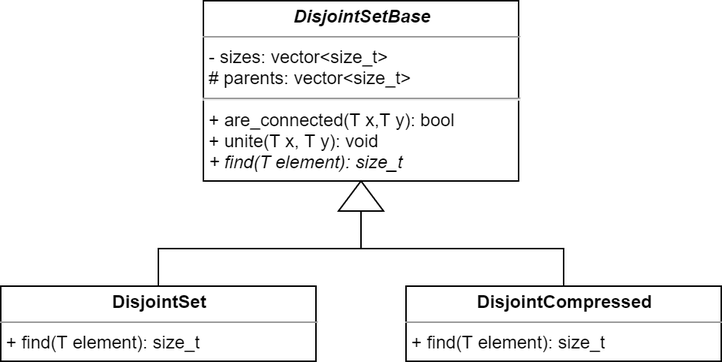
jkomyno/algorithms-hw1 keeps this draw.io diagram as report/images/DisjointSetClass.png. Above is the earlier version. Source tidied: cells renumbered, new cells last; positions are measured from the earlier drawing's top-left corner, leaving out a move shared by most shapes.
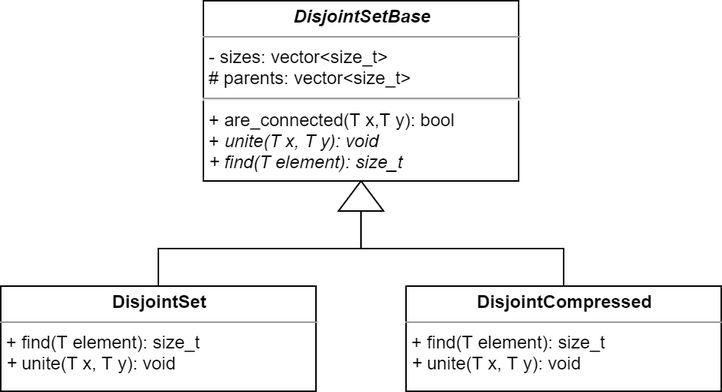
Later version of the same file.

Commit message:
re-aligned kruskal union find with the new changes in code

What changed in the source:
```diff
@@ -2,7 +2,7 @@
   <root>
     <mxCell id="0" />
     <mxCell id="1" parent="0" />
-    <mxCell id="2" value="&lt;p style=&quot;margin: 0px ; margin-top: 4px ; text-align: center&quot;&gt;&lt;b&gt;&lt;i&gt;DisjointSetBase&lt;/i&gt;&lt;/b&gt;&lt;br&gt;&lt;/p&gt;&lt;hr size=&quot;1&quot;&gt;&lt;p style=&quot;margin: 0px ; margin-left: 4px&quot;&gt;- sizes:&amp;nbsp;vector&amp;lt;size_t&amp;gt;&lt;/p&gt;&lt;p style=&quot;margin: 0px ; margin-left: 4px&quot;&gt;# parents: vector&amp;lt;size_t&amp;gt;&lt;/p&gt;&lt;hr&gt;&lt;p style=&quot;margin: 0px 0px 0px 4px&quot;&gt;+ are_connected(T x,T y): bool&lt;/p&gt;&lt;p style=&quot;margin: 0px 0px 0px 4px&quot;&gt;+ unite(T x, T y): void&lt;/p&gt;&lt;p style=&quot;margin: 0px 0px 0px 4px&quot;&gt;&lt;i&gt;+ find(T element): size_t&lt;/i&gt;&lt;br&gt;&lt;/p&gt;" style="verticalAlign=top;align=left;overflow=fill;fontSize=12;fontFamily=Helvetica;html=1;fillColor=none;" parent="1" vertex="1">
+    <mxCell id="2" value="&lt;p style=&quot;margin: 0px ; margin-top: 4px ; text-align: center&quot;&gt;&lt;b&gt;&lt;i&gt;DisjointSetBase&lt;/i&gt;&lt;/b&gt;&lt;br&gt;&lt;/p&gt;&lt;hr size=&quot;1&quot;&gt;&lt;p style=&quot;margin: 0px ; margin-left: 4px&quot;&gt;- sizes:&amp;nbsp;vector&amp;lt;size_t&amp;gt;&lt;/p&gt;&lt;p style=&quot;margin: 0px ; margin-left: 4px&quot;&gt;# parents: vector&amp;lt;size_t&amp;gt;&lt;/p&gt;&lt;hr&gt;&lt;p style=&quot;margin: 0px 0px 0px 4px&quot;&gt;+ are_connected(T x,T y): bool&lt;/p&gt;&lt;p style=&quot;margin: 0px 0px 0px 4px&quot;&gt;+ &lt;i&gt;unite(T x, T y): void&lt;/i&gt;&lt;/p&gt;&lt;p style=&quot;margin: 0px 0px 0px 4px&quot;&gt;&lt;i&gt;+ find(T element): size_t&lt;/i&gt;&lt;br&gt;&lt;/p&gt;" style="verticalAlign=top;align=left;overflow=fill;fontSize=12;fontFamily=Helvetica;html=1;fillColor=none;" parent="1" vertex="1">
       <mxGeometry x="135" width="210" height="120" as="geometry" />
     </mxCell>
     <mxCell id="3" style="edgeStyle=orthogonalEdgeStyle;rounded=0;jettySize=auto;html=1;exitX=0;exitY=0.5;exitDx=0;exitDy=0;entryX=0.5;entryY=0;entryDx=0;entryDy=0;endArrow=none;endFill=0;" parent="1" edge="1" source="4" target="7">
@@ -14,11 +14,11 @@
     <mxCell id="5" style="edgeStyle=orthogonalEdgeStyle;rounded=0;jettySize=auto;html=1;exitX=0.5;exitY=0;exitDx=0;exitDy=0;entryX=0;entryY=0.5;entryDx=0;entryDy=0;endArrow=none;endFill=0;" parent="1" edge="1" source="6" target="4">
       <mxGeometry relative="1" as="geometry" />
     </mxCell>
-    <mxCell id="6" value="&lt;p style=&quot;margin: 0px ; margin-top: 4px ; text-align: center&quot;&gt;&lt;b&gt;DisjointSet&lt;/b&gt;&lt;br&gt;&lt;/p&gt;&lt;hr size=&quot;1&quot;&gt;&lt;p style=&quot;margin: 0px 0px 0px 4px&quot;&gt;+ find(T element): size_t&lt;/p&gt;&lt;p style=&quot;margin: 0px 0px 0px 4px&quot;&gt;&lt;br&gt;&lt;/p&gt;" style="verticalAlign=top;align=left;overflow=fill;fontSize=12;fontFamily=Helvetica;html=1;fillColor=none;" parent="1" vertex="1">
-      <mxGeometry y="190" width="210" height="50" as="geometry" />
+    <mxCell id="6" value="&lt;p style=&quot;margin: 0px ; margin-top: 4px ; text-align: center&quot;&gt;&lt;b&gt;DisjointSet&lt;/b&gt;&lt;br&gt;&lt;/p&gt;&lt;hr size=&quot;1&quot;&gt;&lt;p style=&quot;margin: 0px 0px 0px 4px&quot;&gt;+ find(T element): size_t&lt;/p&gt;&lt;p style=&quot;margin: 0px 0px 0px 4px&quot;&gt;&lt;i&gt;+ &lt;/i&gt;unite(T x, T y): void&lt;br&gt;&lt;/p&gt;&lt;p style=&quot;margin: 0px 0px 0px 4px&quot;&gt;&lt;br&gt;&lt;/p&gt;" style="verticalAlign=top;align=left;overflow=fill;fontSize=12;fontFamily=Helvetica;html=1;fillColor=none;" parent="1" vertex="1">
+      <mxGeometry y="190" width="210" height="70" as="geometry" />
     </mxCell>
-    <mxCell id="7" value="&lt;p style=&quot;margin: 0px ; margin-top: 4px ; text-align: center&quot;&gt;&lt;b&gt;DisjointCompressed&lt;/b&gt;&lt;br&gt;&lt;/p&gt;&lt;hr size=&quot;1&quot;&gt;&lt;p style=&quot;margin: 0px ; margin-left: 4px&quot;&gt;&lt;span&gt;+ find(T element): size_t&lt;/span&gt;&lt;br&gt;&lt;/p&gt;&lt;p style=&quot;margin: 0px ; margin-left: 4px&quot;&gt;&lt;br&gt;&lt;/p&gt;" style="verticalAlign=top;align=left;overflow=fill;fontSize=12;fontFamily=Helvetica;html=1;fillColor=none;" parent="1" vertex="1">
-      <mxGeometry x="270" y="190" width="210" height="50" as="geometry" />
+    <mxCell id="7" value="&lt;p style=&quot;margin: 0px ; margin-top: 4px ; text-align: center&quot;&gt;&lt;b&gt;DisjointCompressed&lt;/b&gt;&lt;br&gt;&lt;/p&gt;&lt;hr size=&quot;1&quot;&gt;&lt;p style=&quot;margin: 0px ; margin-left: 4px&quot;&gt;&lt;span&gt;+ find(T element): size_t&lt;/span&gt;&lt;br&gt;&lt;/p&gt;&lt;p style=&quot;margin: 0px ; margin-left: 4px&quot;&gt;&lt;i&gt;+ &lt;/i&gt;unite(T x, T y): void&lt;span&gt;&lt;br&gt;&lt;/span&gt;&lt;/p&gt;&lt;p style=&quot;margin: 0px ; margin-left: 4px&quot;&gt;&lt;br&gt;&lt;/p&gt;" style="verticalAlign=top;align=left;overflow=fill;fontSize=12;fontFamily=Helvetica;html=1;fillColor=none;" parent="1" vertex="1">
+      <mxGeometry x="270" y="190" width="210" height="70" as="geometry" />
     </mxCell>
   </root>
 </mxGraphModel>
```
